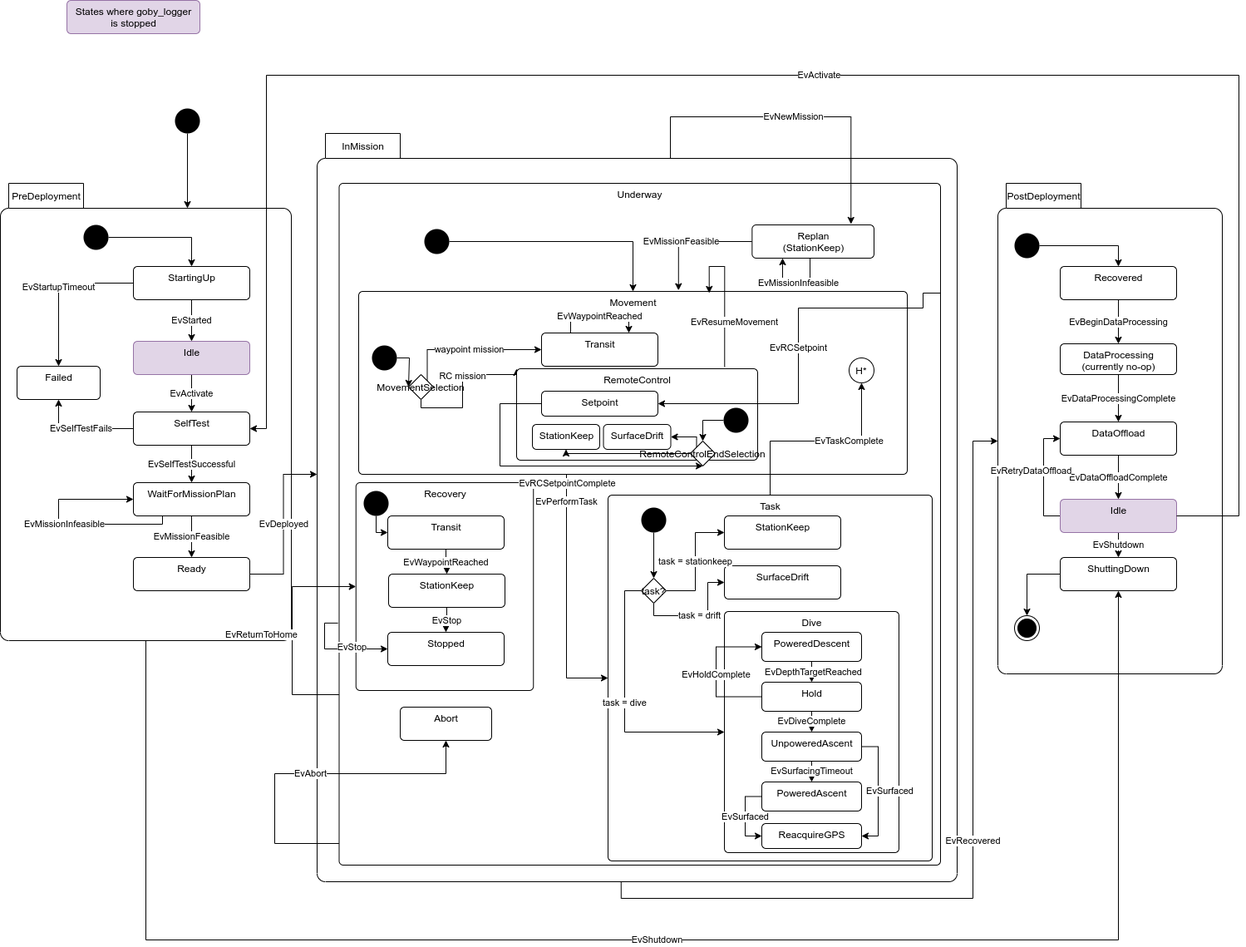
Before: src/doc/figures/mission-states.png, a diagram exported from draw.io (jaiarobotics/jaiabot). Source tidied: cells renumbered, new cells last; positions are measured from the earlier drawing's top-left corner, leaving out a move shared by most shapes.
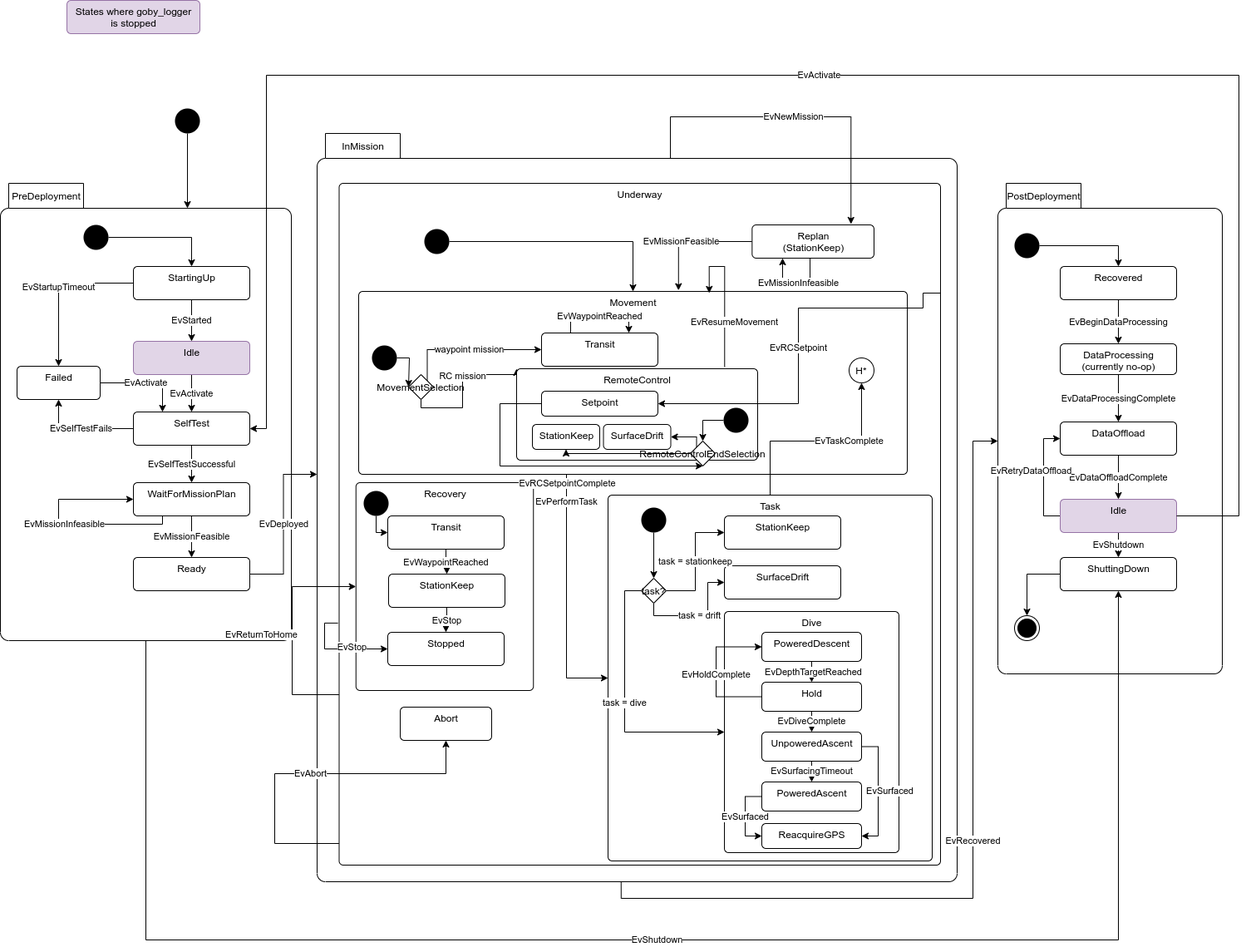
Above is the later version.

Commit message:
Allow EvActivate from Failed

The edit, as a diff of the source:
```diff
@@ -114,6 +114,9 @@
     <mxCell id="34" value="EvStartupTimeout" style="edgeStyle=orthogonalEdgeStyle;rounded=0;jettySize=auto;html=1;entryX=0.5;entryY=0;entryDx=0;entryDy=0;exitX=0;exitY=0.5;exitDx=0;exitDy=0;" parent="18" edge="1" source="33" target="28">
       <mxGeometry relative="1" as="geometry" />
     </mxCell>
+    <mxCell id="111" value="EvActivate" style="edgeStyle=orthogonalEdgeStyle;rounded=0;jettySize=auto;html=1;entryX=0.25;entryY=0;entryDx=0;entryDy=0;" parent="18" edge="1" source="28" target="20">
+      <mxGeometry relative="1" as="geometry" />
+    </mxCell>
     <mxCell id="35" style="group;" parent="1" vertex="1">
       <mxGeometry x="401" y="260" width="830" height="800" as="geometry" />
     </mxCell>
```
